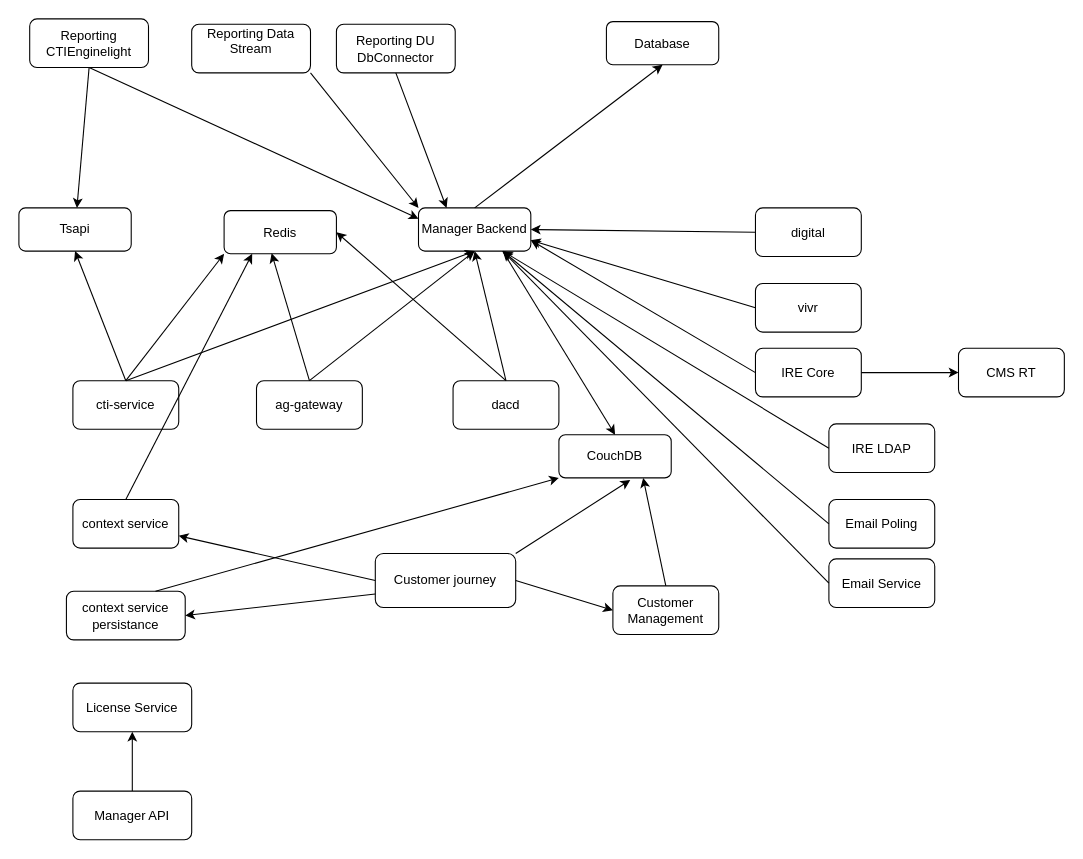
sunxingsong/app-digrams keeps this draw.io diagram as Untitled Diagram.drawio. Above is the earlier version. Source tidied: cells renumbered, new cells numbered last; positions are measured from the earlier drawing's top-left corner, leaving out a move shared by most shapes. Both pictures are drawn from the tidied source at 108%, with x=0, y=0 at pixel (18, 18).
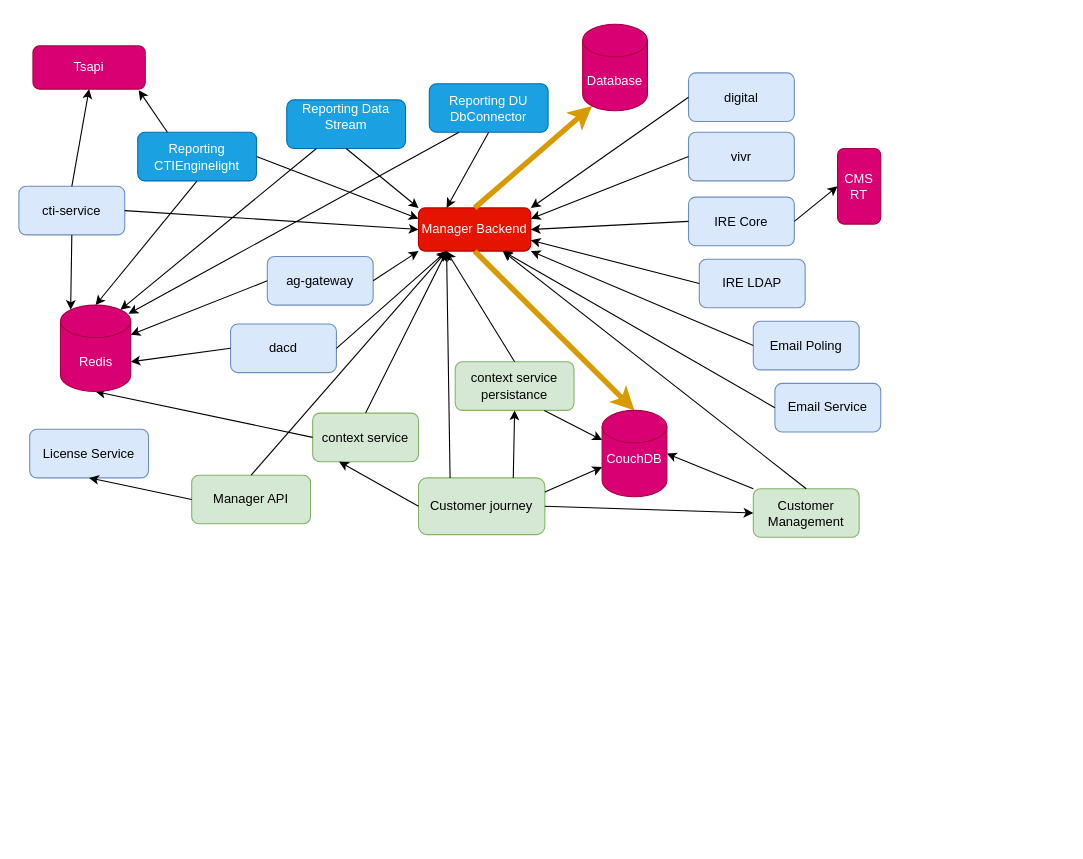
The same page after the edit.

What changed in the source:
```diff
@@
-    <mxCell id="2" value="Database" style="rounded=1;whiteSpace=wrap;html=1;" parent="1" vertex="1">
-      <mxGeometry x="544" y="2.5" width="104" height="40" as="geometry" />
-    </mxCell>
-    <mxCell id="3" value="CouchDB" style="rounded=1;whiteSpace=wrap;html=1;" parent="1" vertex="1">
-      <mxGeometry x="500" y="385" width="104" height="40" as="geometry" />
-    </mxCell>
-    <mxCell id="4" value="Manager Backend" style="rounded=1;whiteSpace=wrap;html=1;" parent="1" vertex="1">
+    <mxCell id="4" value="Manager Backend" style="rounded=1;whiteSpace=wrap;html=1;fillColor=#e51400;strokeColor=#B20000;fontColor=#ffffff;" parent="1" vertex="1">
       <mxGeometry x="370" y="175" width="104" height="40" as="geometry" />
     </mxCell>
-    <mxCell id="5" value="Redis" style="rounded=1;whiteSpace=wrap;html=1;" parent="1" vertex="1">
-      <mxGeometry x="190" y="177.5" width="104" height="40" as="geometry" />
-    </mxCell>
-    <mxCell id="6" style="endArrow=classic;html=1;rounded=0;entryX=0.5;entryY=1;entryDx=0;entryDy=0;exitX=0.5;exitY=0;exitDx=0;exitDy=0;" parent="1" edge="1" source="4" target="2">
+    <mxCell id="6" style="endArrow=classic;html=1;rounded=0;entryX=0.145;entryY=1;entryDx=0;entryDy=-4.35;exitX=0.5;exitY=0;exitDx=0;exitDy=0;fillColor=#ffe6cc;strokeColor=#d79b00;strokeWidth=5;entryPerimeter=0;" parent="1" edge="1" source="4" target="2">
       <mxGeometry relative="1" as="geometry" />
     </mxCell>
-    <mxCell id="7" style="endArrow=classic;html=1;rounded=0;entryX=0.5;entryY=0;entryDx=0;entryDy=0;exitX=0.75;exitY=1;exitDx=0;exitDy=0;" parent="1" edge="1" source="4" target="3">
+    <mxCell id="7" style="endArrow=classic;html=1;rounded=0;entryX=0.5;entryY=0;entryDx=0;entryDy=0;strokeWidth=5;fillColor=#ffe6cc;strokeColor=#d79b00;entryPerimeter=0;exitX=0.5;exitY=1;exitDx=0;exitDy=0;" parent="1" edge="1" source="4" target="3">
       <mxGeometry relative="1" as="geometry" />
     </mxCell>
-    <mxCell id="8" value="dacd" style="rounded=1;whiteSpace=wrap;html=1;" parent="1" vertex="1">
-      <mxGeometry x="402" y="335" width="98" height="45" as="geometry" />
+    <mxCell id="8" value="dacd" style="rounded=1;whiteSpace=wrap;html=1;fillColor=#dae8fc;strokeColor=#6c8ebf;" parent="1" vertex="1">
+      <mxGeometry x="196" y="282.5" width="98" height="45" as="geometry" />
     </mxCell>
-    <mxCell id="9" style="endArrow=classic;html=1;rounded=0;entryX=0.5;entryY=1;entryDx=0;entryDy=0;exitX=0.5;exitY=0;exitDx=0;exitDy=0;" parent="1" edge="1" source="8" target="4">
+    <mxCell id="9" style="endArrow=classic;html=1;rounded=0;entryX=0.25;entryY=1;entryDx=0;entryDy=0;exitX=1;exitY=0.5;exitDx=0;exitDy=0;" parent="1" edge="1" source="8" target="4">
       <mxGeometry relative="1" as="geometry" />
     </mxCell>
-    <mxCell id="10" style="endArrow=classic;html=1;rounded=0;entryX=1;entryY=0.5;entryDx=0;entryDy=0;exitX=0.5;exitY=0;exitDx=0;exitDy=0;" parent="1" edge="1" source="8" target="5">
+    <mxCell id="10" style="endArrow=classic;html=1;rounded=0;entryX=1;entryY=0;entryDx=0;entryDy=52.5;exitX=0;exitY=0.5;exitDx=0;exitDy=0;entryPerimeter=0;" parent="1" edge="1" source="8" target="5">
       <mxGeometry relative="1" as="geometry" />
     </mxCell>
-    <mxCell id="11" value="ag-gateway" style="rounded=1;whiteSpace=wrap;html=1;" parent="1" vertex="1">
-      <mxGeometry x="220" y="335" width="98" height="45" as="geometry" />
+    <mxCell id="11" value="ag-gateway" style="rounded=1;whiteSpace=wrap;html=1;fillColor=#dae8fc;strokeColor=#6c8ebf;" parent="1" vertex="1">
+      <mxGeometry x="230" y="220" width="98" height="45" as="geometry" />
     </mxCell>
-    <mxCell id="12" style="endArrow=classic;html=1;rounded=0;entryX=0.5;entryY=1;entryDx=0;entryDy=0;exitX=0.5;exitY=0;exitDx=0;exitDy=0;" parent="1" edge="1" source="11" target="4">
+    <mxCell id="12" style="endArrow=classic;html=1;rounded=0;entryX=0;entryY=1;entryDx=0;entryDy=0;exitX=1;exitY=0.5;exitDx=0;exitDy=0;" parent="1" edge="1" source="11" target="4">
       <mxGeometry relative="1" as="geometry" />
     </mxCell>
-    <mxCell id="13" style="endArrow=classic;html=1;rounded=0;entryX=0.423;entryY=0.988;entryDx=0;entryDy=0;exitX=0.5;exitY=0;exitDx=0;exitDy=0;entryPerimeter=0;" parent="1" edge="1" source="11" target="5">
+    <mxCell id="13" style="endArrow=classic;html=1;rounded=0;entryX=1;entryY=0;entryDx=0;entryDy=27.5;exitX=0;exitY=0.5;exitDx=0;exitDy=0;entryPerimeter=0;" parent="1" edge="1" source="11" target="5">
       <mxGeometry relative="1" as="geometry" />
     </mxCell>
-    <mxCell id="14" value="Tsapi" style="rounded=1;whiteSpace=wrap;html=1;" parent="1" vertex="1">
-      <mxGeometry y="175" width="104" height="40" as="geometry" />
+    <mxCell id="14" value="Tsapi" style="rounded=1;whiteSpace=wrap;html=1;fillColor=#d80073;strokeColor=#A50040;fontColor=#ffffff;" parent="1" vertex="1">
+      <mxGeometry x="13" y="25" width="104" height="40" as="geometry" />
     </mxCell>
-    <mxCell id="15" value="cti-service" style="rounded=1;whiteSpace=wrap;html=1;" parent="1" vertex="1">
-      <mxGeometry x="50" y="335" width="98" height="45" as="geometry" />
+    <mxCell id="15" value="cti-service" style="rounded=1;whiteSpace=wrap;html=1;fillColor=#dae8fc;strokeColor=#6c8ebf;" parent="1" vertex="1">
+      <mxGeometry y="155" width="98" height="45" as="geometry" />
     </mxCell>
-    <mxCell id="16" style="endArrow=classic;html=1;rounded=0;entryX=0.5;entryY=1;entryDx=0;entryDy=0;exitX=0.5;exitY=0;exitDx=0;exitDy=0;" parent="1" edge="1" source="15" target="4">
+    <mxCell id="16" style="endArrow=classic;html=1;rounded=0;entryX=0;entryY=0.5;entryDx=0;entryDy=0;exitX=1;exitY=0.5;exitDx=0;exitDy=0;" parent="1" edge="1" source="15" target="4">
       <mxGeometry relative="1" as="geometry" />
     </mxCell>
-    <mxCell id="17" style="endArrow=classic;html=1;rounded=0;entryX=0;entryY=1;entryDx=0;entryDy=0;exitX=0.5;exitY=0;exitDx=0;exitDy=0;" parent="1" edge="1" source="15" target="5">
+    <mxCell id="17" style="endArrow=classic;html=1;rounded=0;entryX=0.145;entryY=0;entryDx=0;entryDy=4.35;exitX=0.5;exitY=1;exitDx=0;exitDy=0;entryPerimeter=0;" parent="1" edge="1" source="15" target="5">
       <mxGeometry relative="1" as="geometry" />
     </mxCell>
@@
-    <mxCell id="19" value="digital" style="rounded=1;whiteSpace=wrap;html=1;" parent="1" vertex="1">
-      <mxGeometry x="682" y="175" width="98" height="45" as="geometry" />
+    <mxCell id="19" value="digital" style="rounded=1;whiteSpace=wrap;html=1;fillColor=#dae8fc;strokeColor=#6c8ebf;" parent="1" vertex="1">
+      <mxGeometry x="620" y="50" width="98" height="45" as="geometry" />
     </mxCell>
-    <mxCell id="20" value="vivr" style="rounded=1;whiteSpace=wrap;html=1;" parent="1" vertex="1">
-      <mxGeometry x="682" y="245" width="98" height="45" as="geometry" />
+    <mxCell id="20" value="vivr" style="rounded=1;whiteSpace=wrap;html=1;fillColor=#dae8fc;strokeColor=#6c8ebf;" parent="1" vertex="1">
+      <mxGeometry x="620" y="105" width="98" height="45" as="geometry" />
     </mxCell>
-    <mxCell id="21" style="endArrow=classic;html=1;rounded=0;entryX=1;entryY=0.5;entryDx=0;entryDy=0;exitX=0;exitY=0.5;exitDx=0;exitDy=0;" parent="1" edge="1" source="19" target="4">
+    <mxCell id="21" style="endArrow=classic;html=1;rounded=0;exitX=0;exitY=0.5;exitDx=0;exitDy=0;entryX=1;entryY=0;entryDx=0;entryDy=0;" parent="1" edge="1" source="19" target="4">
       <mxGeometry relative="1" as="geometry" />
     </mxCell>
-    <mxCell id="22" style="endArrow=classic;html=1;rounded=0;entryX=1;entryY=0.75;entryDx=0;entryDy=0;exitX=0;exitY=0.5;exitDx=0;exitDy=0;" parent="1" edge="1" source="20" target="4">
+    <mxCell id="22" style="endArrow=classic;html=1;rounded=0;entryX=1;entryY=0.25;entryDx=0;entryDy=0;exitX=0;exitY=0.5;exitDx=0;exitDy=0;" parent="1" edge="1" source="20" target="4">
       <mxGeometry relative="1" as="geometry" />
     </mxCell>
-    <mxCell id="23" value="context service" style="rounded=1;whiteSpace=wrap;html=1;" parent="1" vertex="1">
-      <mxGeometry x="50" y="445" width="98" height="45" as="geometry" />
+    <mxCell id="23" value="context service" style="rounded=1;whiteSpace=wrap;html=1;fillColor=#d5e8d4;strokeColor=#82b366;" parent="1" vertex="1">
+      <mxGeometry x="272" y="365" width="98" height="45" as="geometry" />
     </mxCell>
-    <mxCell id="24" style="endArrow=classic;html=1;rounded=0;entryX=0.25;entryY=1;entryDx=0;entryDy=0;exitX=0.5;exitY=0;exitDx=0;exitDy=0;" parent="1" edge="1" source="23" target="5">
+    <mxCell id="24" style="endArrow=classic;html=1;rounded=0;entryX=0.5;entryY=1;entryDx=0;entryDy=0;exitX=0;exitY=0.5;exitDx=0;exitDy=0;entryPerimeter=0;" parent="1" edge="1" source="23" target="5">
       <mxGeometry relative="1" as="geometry" />
     </mxCell>
-    <mxCell id="25" value="context service persistance" style="rounded=1;whiteSpace=wrap;html=1;" parent="1" vertex="1">
-      <mxGeometry x="44" y="530" width="110" height="45" as="geometry" />
+    <mxCell id="25" value="context service persistance" style="rounded=1;whiteSpace=wrap;html=1;fillColor=#d5e8d4;strokeColor=#82b366;" parent="1" vertex="1">
+      <mxGeometry x="404" y="317.5" width="110" height="45" as="geometry" />
     </mxCell>
-    <mxCell id="26" style="endArrow=classic;html=1;rounded=0;entryX=0;entryY=1;entryDx=0;entryDy=0;exitX=0.75;exitY=0;exitDx=0;exitDy=0;" parent="1" edge="1" source="25" target="3">
+    <mxCell id="26" style="endArrow=classic;html=1;rounded=0;entryX=0;entryY=0;entryDx=0;entryDy=27.5;exitX=0.75;exitY=1;exitDx=0;exitDy=0;entryPerimeter=0;" parent="1" edge="1" source="25" target="3">
       <mxGeometry relative="1" as="geometry" />
     </mxCell>
-    <mxCell id="27" value="Customer journey" style="rounded=1;whiteSpace=wrap;html=1;" parent="1" vertex="1">
-      <mxGeometry x="330" y="495" width="130" height="50" as="geometry" />
+    <mxCell id="27" value="Customer journey" style="rounded=1;whiteSpace=wrap;html=1;fillColor=#d5e8d4;strokeColor=#82b366;" parent="1" vertex="1">
+      <mxGeometry x="370" y="425" width="117" height="52.5" as="geometry" />
     </mxCell>
-    <mxCell id="28" style="endArrow=classic;html=1;rounded=0;entryX=0.635;entryY=1.05;entryDx=0;entryDy=0;exitX=1;exitY=0;exitDx=0;exitDy=0;entryPerimeter=0;" parent="1" edge="1" source="27" target="3">
+    <mxCell id="28" style="endArrow=classic;html=1;rounded=0;entryX=0;entryY=0;entryDx=0;entryDy=52.5;exitX=1;exitY=0.25;exitDx=0;exitDy=0;entryPerimeter=0;" parent="1" edge="1" source="27" target="3">
       <mxGeometry relative="1" as="geometry" />
     </mxCell>
-    <mxCell id="29" value="Customer Management" style="rounded=1;whiteSpace=wrap;html=1;" parent="1" vertex="1">
-      <mxGeometry x="550" y="525" width="98" height="45" as="geometry" />
+    <mxCell id="29" value="Customer Management" style="rounded=1;whiteSpace=wrap;html=1;fillColor=#d5e8d4;strokeColor=#82b366;" parent="1" vertex="1">
+      <mxGeometry x="680" y="435" width="98" height="45" as="geometry" />
     </mxCell>
-    <mxCell id="30" style="endArrow=classic;html=1;rounded=0;entryX=0.75;entryY=1;entryDx=0;entryDy=0;exitX=0.5;exitY=0;exitDx=0;exitDy=0;" parent="1" edge="1" source="29" target="3">
+    <mxCell id="30" style="endArrow=classic;html=1;rounded=0;entryX=1;entryY=0.5;entryDx=0;entryDy=0;exitX=0;exitY=0;exitDx=0;exitDy=0;entryPerimeter=0;" parent="1" edge="1" source="29" target="3">
       <mxGeometry relative="1" as="geometry" />
     </mxCell>
@@
-    <mxCell id="32" style="endArrow=classic;html=1;rounded=0;exitX=0;exitY=0.5;exitDx=0;exitDy=0;" parent="1" edge="1" source="27" target="23">
+    <mxCell id="32" style="endArrow=classic;html=1;rounded=0;exitX=0;exitY=0.5;exitDx=0;exitDy=0;entryX=0.25;entryY=1;entryDx=0;entryDy=0;" parent="1" edge="1" source="27" target="23">
       <mxGeometry relative="1" as="geometry" />
     </mxCell>
-    <mxCell id="33" style="endArrow=classic;html=1;rounded=0;exitX=0;exitY=0.75;exitDx=0;exitDy=0;entryX=1;entryY=0.5;entryDx=0;entryDy=0;" parent="1" edge="1" source="27" target="25">
+    <mxCell id="33" style="endArrow=classic;html=1;rounded=0;exitX=0.75;exitY=0;exitDx=0;exitDy=0;entryX=0.5;entryY=1;entryDx=0;entryDy=0;" parent="1" edge="1" source="27" target="25">
       <mxGeometry relative="1" as="geometry" />
     </mxCell>
-    <mxCell id="34" value="Manager API" style="rounded=1;whiteSpace=wrap;html=1;" parent="1" vertex="1">
-      <mxGeometry x="50" y="715" width="110" height="45" as="geometry" />
+    <mxCell id="34" value="Manager API" style="rounded=1;whiteSpace=wrap;html=1;fillColor=#d5e8d4;strokeColor=#82b366;" parent="1" vertex="1">
+      <mxGeometry x="160" y="422.5" width="110" height="45" as="geometry" />
     </mxCell>
-    <mxCell id="35" value="License Service" style="rounded=1;whiteSpace=wrap;html=1;" parent="1" vertex="1">
-      <mxGeometry x="50" y="615" width="110" height="45" as="geometry" />
+    <mxCell id="35" value="License Service" style="rounded=1;whiteSpace=wrap;html=1;fillColor=#dae8fc;strokeColor=#6c8ebf;" parent="1" vertex="1">
+      <mxGeometry x="10" y="380" width="110" height="45" as="geometry" />
     </mxCell>
-    <mxCell id="36" style="endArrow=classic;html=1;rounded=0;exitX=0.5;exitY=0;exitDx=0;exitDy=0;entryX=0.5;entryY=1;entryDx=0;entryDy=0;" parent="1" edge="1" source="34" target="35">
+    <mxCell id="36" style="endArrow=classic;html=1;rounded=0;exitX=0;exitY=0.5;exitDx=0;exitDy=0;entryX=0.5;entryY=1;entryDx=0;entryDy=0;" parent="1" edge="1" source="34" target="35">
       <mxGeometry relative="1" as="geometry" />
     </mxCell>
-    <mxCell id="37" value="IRE Core" style="rounded=1;whiteSpace=wrap;html=1;" parent="1" vertex="1">
-      <mxGeometry x="682" y="305" width="98" height="45" as="geometry" />
+    <mxCell id="37" value="IRE Core" style="rounded=1;whiteSpace=wrap;html=1;fillColor=#dae8fc;strokeColor=#6c8ebf;" parent="1" vertex="1">
+      <mxGeometry x="620" y="165" width="98" height="45" as="geometry" />
     </mxCell>
-    <mxCell id="38" value="IRE LDAP" style="rounded=1;whiteSpace=wrap;html=1;" parent="1" vertex="1">
-      <mxGeometry x="750" y="375" width="98" height="45" as="geometry" />
+    <mxCell id="38" value="IRE LDAP" style="rounded=1;whiteSpace=wrap;html=1;fillColor=#dae8fc;strokeColor=#6c8ebf;" parent="1" vertex="1">
+      <mxGeometry x="630" y="222.5" width="98" height="45" as="geometry" />
     </mxCell>
-    <mxCell id="39" style="endArrow=classic;html=1;rounded=0;entryX=1;entryY=0.75;entryDx=0;entryDy=0;exitX=0;exitY=0.5;exitDx=0;exitDy=0;" parent="1" edge="1" source="37" target="4">
+    <mxCell id="39" style="endArrow=classic;html=1;rounded=0;entryX=1;entryY=0.5;entryDx=0;entryDy=0;exitX=0;exitY=0.5;exitDx=0;exitDy=0;" parent="1" edge="1" source="37" target="4">
       <mxGeometry relative="1" as="geometry" />
     </mxCell>
-    <mxCell id="40" style="endArrow=classic;html=1;rounded=0;entryX=0.75;entryY=1;entryDx=0;entryDy=0;exitX=0;exitY=0.5;exitDx=0;exitDy=0;" parent="1" edge="1" source="38" target="4">
+    <mxCell id="40" style="endArrow=classic;html=1;rounded=0;entryX=1;entryY=0.75;entryDx=0;entryDy=0;exitX=0;exitY=0.5;exitDx=0;exitDy=0;" parent="1" edge="1" source="38" target="4">
       <mxGeometry relative="1" as="geometry" />
     </mxCell>
-    <mxCell id="41" value="CMS RT" style="rounded=1;whiteSpace=wrap;html=1;" parent="1" vertex="1">
-      <mxGeometry x="870" y="305" width="98" height="45" as="geometry" />
+    <mxCell id="41" value="CMS RT" style="rounded=1;whiteSpace=wrap;html=1;fillColor=#d80073;strokeColor=#A50040;fontColor=#ffffff;" parent="1" vertex="1">
+      <mxGeometry x="758" y="120" width="40" height="70" as="geometry" />
     </mxCell>
@@
-    <mxCell id="43" value="Email Poling" style="rounded=1;whiteSpace=wrap;html=1;" parent="1" vertex="1">
-      <mxGeometry x="750" y="445" width="98" height="45" as="geometry" />
+    <mxCell id="43" value="Email Poling" style="rounded=1;whiteSpace=wrap;html=1;fillColor=#dae8fc;strokeColor=#6c8ebf;" parent="1" vertex="1">
+      <mxGeometry x="680" y="280" width="98" height="45" as="geometry" />
     </mxCell>
-    <mxCell id="44" value="Email Service" style="rounded=1;whiteSpace=wrap;html=1;" parent="1" vertex="1">
-      <mxGeometry x="750" y="500" width="98" height="45" as="geometry" />
+    <mxCell id="44" value="Email Service" style="rounded=1;whiteSpace=wrap;html=1;fillColor=#dae8fc;strokeColor=#6c8ebf;" parent="1" vertex="1">
+      <mxGeometry x="700" y="337.5" width="98" height="45" as="geometry" />
     </mxCell>
-    <mxCell id="45" style="endArrow=classic;html=1;rounded=0;entryX=0.75;entryY=1;entryDx=0;entryDy=0;exitX=0;exitY=0.5;exitDx=0;exitDy=0;" parent="1" edge="1" source="43" target="4">
+    <mxCell id="45" style="endArrow=classic;html=1;rounded=0;entryX=1;entryY=1;entryDx=0;entryDy=0;exitX=0;exitY=0.5;exitDx=0;exitDy=0;" parent="1" edge="1" source="43" target="4">
       <mxGeometry relative="1" as="geometry" />
     </mxCell>
@@
-    <mxCell id="47" value="Reporting Data Stream&lt;div&gt;&lt;br&gt;&lt;/div&gt;" style="rounded=1;whiteSpace=wrap;html=1;" parent="1" vertex="1">
-      <mxGeometry x="160" y="5" width="110" height="45" as="geometry" />
+    <mxCell id="47" value="Reporting Data Stream&lt;div&gt;&lt;br&gt;&lt;/div&gt;" style="rounded=1;whiteSpace=wrap;html=1;fillColor=#1ba1e2;fontColor=#ffffff;strokeColor=#006EAF;" parent="1" vertex="1">
+      <mxGeometry x="248" y="75" width="110" height="45" as="geometry" />
     </mxCell>
-    <mxCell id="48" value="Reporting CTIEnginelight" style="rounded=1;whiteSpace=wrap;html=1;" parent="1" vertex="1">
-      <mxGeometry x="10" width="110" height="45" as="geometry" />
+    <mxCell id="48" value="Reporting CTIEnginelight" style="rounded=1;whiteSpace=wrap;html=1;fillColor=#1ba1e2;fontColor=#ffffff;strokeColor=#006EAF;" parent="1" vertex="1">
+      <mxGeometry x="110" y="105" width="110" height="45" as="geometry" />
     </mxCell>
-    <mxCell id="49" value="Reporting DU DbConnector" style="rounded=1;whiteSpace=wrap;html=1;" parent="1" vertex="1">
-      <mxGeometry x="294" y="5" width="110" height="45" as="geometry" />
+    <mxCell id="49" value="Reporting DU DbConnector" style="rounded=1;whiteSpace=wrap;html=1;fillColor=#1ba1e2;fontColor=#ffffff;strokeColor=#006EAF;" parent="1" vertex="1">
+      <mxGeometry x="380" y="60" width="110" height="45" as="geometry" />
     </mxCell>
-    <mxCell id="50" style="endArrow=classic;html=1;rounded=0;entryX=0;entryY=0.25;entryDx=0;entryDy=0;exitX=0.5;exitY=1;exitDx=0;exitDy=0;" parent="1" edge="1" source="48" target="4">
+    <mxCell id="50" style="endArrow=classic;html=1;rounded=0;entryX=0;entryY=0.25;entryDx=0;entryDy=0;exitX=1;exitY=0.5;exitDx=0;exitDy=0;" parent="1" edge="1" source="48" target="4">
       <mxGeometry relative="1" as="geometry" />
     </mxCell>
@@
-    <mxCell id="52" style="endArrow=classic;html=1;rounded=0;entryX=0;entryY=0;entryDx=0;entryDy=0;exitX=1;exitY=1;exitDx=0;exitDy=0;" parent="1" edge="1" source="47" target="4">
+    <mxCell id="52" style="endArrow=classic;html=1;rounded=0;entryX=0;entryY=0;entryDx=0;entryDy=0;exitX=0.5;exitY=1;exitDx=0;exitDy=0;" parent="1" edge="1" source="47" target="4">
       <mxGeometry relative="1" as="geometry" />
     </mxCell>
-    <mxCell id="53" style="endArrow=classic;html=1;rounded=0;exitX=0.5;exitY=1;exitDx=0;exitDy=0;" parent="1" edge="1" source="48" target="14">
+    <mxCell id="53" style="endArrow=classic;html=1;rounded=0;exitX=0.25;exitY=0;exitDx=0;exitDy=0;entryX=0.942;entryY=1.025;entryDx=0;entryDy=0;entryPerimeter=0;" parent="1" edge="1" source="48" target="14">
       <mxGeometry relative="1" as="geometry" />
     </mxCell>
+    <mxCell id="5" value="Redis" style="shape=cylinder3;whiteSpace=wrap;html=1;boundedLbl=1;backgroundOutline=1;size=15;fillColor=#d80073;strokeColor=#A50040;fontColor=#ffffff;" parent="1" vertex="1">
+      <mxGeometry x="38.5" y="265" width="65" height="80" as="geometry" />
+    </mxCell>
+    <mxCell id="54" style="endArrow=classic;html=1;rounded=0;entryX=0.855;entryY=0;entryDx=0;entryDy=4.35;exitX=0.25;exitY=1;exitDx=0;exitDy=0;entryPerimeter=0;" parent="1" edge="1" source="47" target="5">
+      <mxGeometry relative="1" as="geometry" />
+    </mxCell>
+    <mxCell id="55" style="endArrow=classic;html=1;rounded=0;entryX=0.969;entryY=0.1;entryDx=0;entryDy=0;exitX=0.25;exitY=1;exitDx=0;exitDy=0;entryPerimeter=0;" parent="1" edge="1" source="49" target="5">
+      <mxGeometry relative="1" as="geometry" />
+    </mxCell>
+    <mxCell id="56" style="endArrow=classic;html=1;rounded=0;entryX=0.5;entryY=0;entryDx=0;entryDy=0;exitX=0.5;exitY=1;exitDx=0;exitDy=0;entryPerimeter=0;" parent="1" edge="1" source="48" target="5">
+      <mxGeometry relative="1" as="geometry" />
+    </mxCell>
+    <mxCell id="57" style="endArrow=classic;html=1;rounded=0;exitX=0.5;exitY=0;exitDx=0;exitDy=0;entryX=0.25;entryY=1;entryDx=0;entryDy=0;" parent="1" edge="1" source="25" target="4">
+      <mxGeometry relative="1" as="geometry" />
+    </mxCell>
+    <mxCell id="58" style="endArrow=classic;html=1;rounded=0;entryX=0.25;entryY=1;entryDx=0;entryDy=0;exitX=0.5;exitY=0;exitDx=0;exitDy=0;" parent="1" edge="1" source="23" target="4">
+      <mxGeometry relative="1" as="geometry" />
+    </mxCell>
+    <mxCell id="59" style="endArrow=classic;html=1;rounded=0;entryX=0.25;entryY=1;entryDx=0;entryDy=0;exitX=0.25;exitY=0;exitDx=0;exitDy=0;" parent="1" edge="1" source="27" target="4">
+      <mxGeometry relative="1" as="geometry" />
+    </mxCell>
+    <mxCell id="60" style="endArrow=classic;html=1;rounded=0;entryX=0.25;entryY=1;entryDx=0;entryDy=0;exitX=0.5;exitY=0;exitDx=0;exitDy=0;" parent="1" edge="1" source="34" target="4">
+      <mxGeometry relative="1" as="geometry" />
+    </mxCell>
+    <mxCell id="61" style="endArrow=classic;html=1;rounded=0;exitX=0.5;exitY=0;exitDx=0;exitDy=0;entryX=0.75;entryY=1;entryDx=0;entryDy=0;" parent="1" edge="1" source="29" target="4">
+      <mxGeometry relative="1" as="geometry" />
+    </mxCell>
+    <mxCell id="2" value="Database" style="shape=cylinder3;whiteSpace=wrap;html=1;boundedLbl=1;backgroundOutline=1;size=15;fillColor=#d80073;fontColor=#ffffff;strokeColor=#A50040;" parent="1" vertex="1">
+      <mxGeometry x="522" y="5" width="60" height="80" as="geometry" />
+    </mxCell>
+    <mxCell id="3" value="CouchDB&lt;div&gt;&lt;br&gt;&lt;/div&gt;" style="shape=cylinder3;whiteSpace=wrap;html=1;boundedLbl=1;backgroundOutline=1;size=15;fillColor=#d80073;fontColor=#ffffff;strokeColor=#A50040;" parent="1" vertex="1">
+      <mxGeometry x="540" y="362.5" width="60" height="80" as="geometry" />
+    </mxCell>
```
